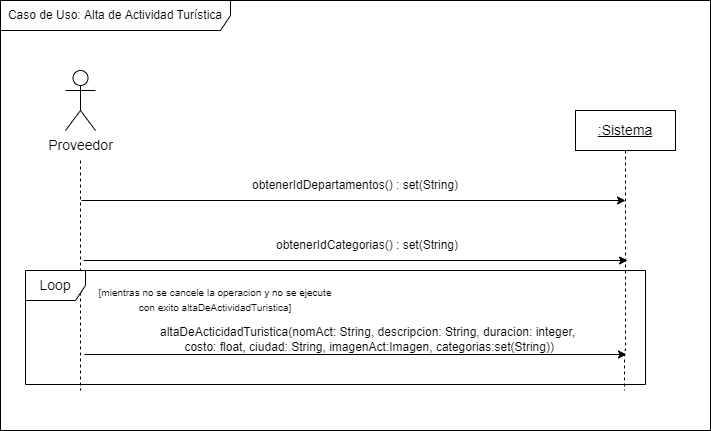
Earlier version of the draw.io export docs/Iteración 2/Análisis/DSS Servidor web/AltaDeActividadTuristica DSS.drawio.png (FacundoDiaz00/Taller-de-Programaci-n). Source tidied: cells renumbered, new cells last; positions are measured from the earlier drawing's top-left corner, leaving out a move shared by most shapes.
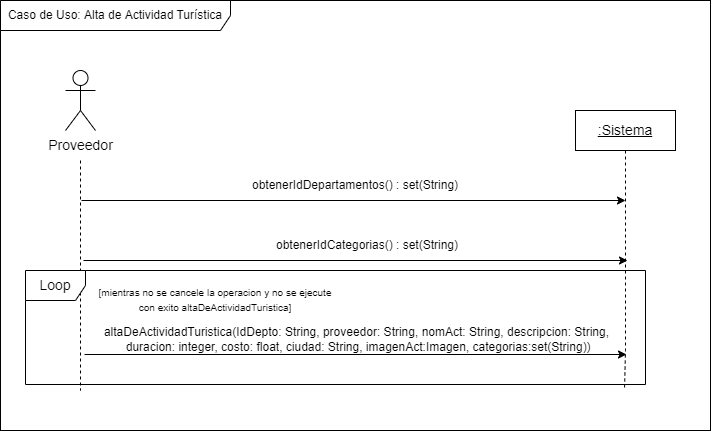
After the commit.

What changed in the source:
```diff
@@ -58,8 +58,8 @@
     <mxCell id="14" value="&lt;br&gt;&lt;font style=&quot;font-size: 10px;&quot;&gt;[mientras no se cancele la operacion y no se ejecute con exito altaDeActividadTuristica]&lt;/font&gt;&lt;br&gt;" style="text;html=1;strokeColor=none;fillColor=none;align=center;verticalAlign=middle;whiteSpace=wrap;rounded=0;" parent="1" vertex="1">
       <mxGeometry x="95" y="277" width="240" height="30" as="geometry" />
     </mxCell>
-    <mxCell id="15" value="&lt;div style=&quot;font-size: 12px;&quot;&gt;&lt;font style=&quot;font-size: 12px;&quot;&gt;altaDeActicidadTuristica(nomAct: String, descripcion: String, duracion: integer,&lt;/font&gt;&lt;/div&gt;&lt;div style=&quot;font-size: 12px;&quot;&gt;&lt;font style=&quot;font-size: 12px;&quot;&gt;&amp;nbsp;costo: float, ciudad: String, imagenAct:Imagen, categorias:set(String))&lt;/font&gt;&lt;/div&gt;" style="text;html=1;align=center;verticalAlign=middle;strokeColor=none;fillColor=none;fontSize=13;" parent="1" vertex="1">
-      <mxGeometry x="137" y="319" width="460" height="40" as="geometry" />
+    <mxCell id="15" value="&lt;div style=&quot;font-size: 12px;&quot;&gt;&lt;font style=&quot;font-size: 12px;&quot;&gt;altaDeActividadTuristica(IdDepto: String, proveedor: String, nomAct: String, descripcion: String,&lt;/font&gt;&lt;/div&gt;&lt;div style=&quot;font-size: 12px;&quot;&gt;&lt;font style=&quot;font-size: 12px;&quot;&gt;&amp;nbsp;duracion: integer,&amp;nbsp;&lt;/font&gt;&lt;span style=&quot;background-color: initial;&quot;&gt;costo: float, ciudad: String, imagenAct:Imagen, categorias:set(String))&lt;/span&gt;&lt;/div&gt;" style="text;html=1;align=center;verticalAlign=middle;strokeColor=none;fillColor=none;fontSize=13;" parent="1" vertex="1">
+      <mxGeometry x="96" y="319" width="520" height="40" as="geometry" />
     </mxCell>
   </root>
 </mxGraphModel>
```
